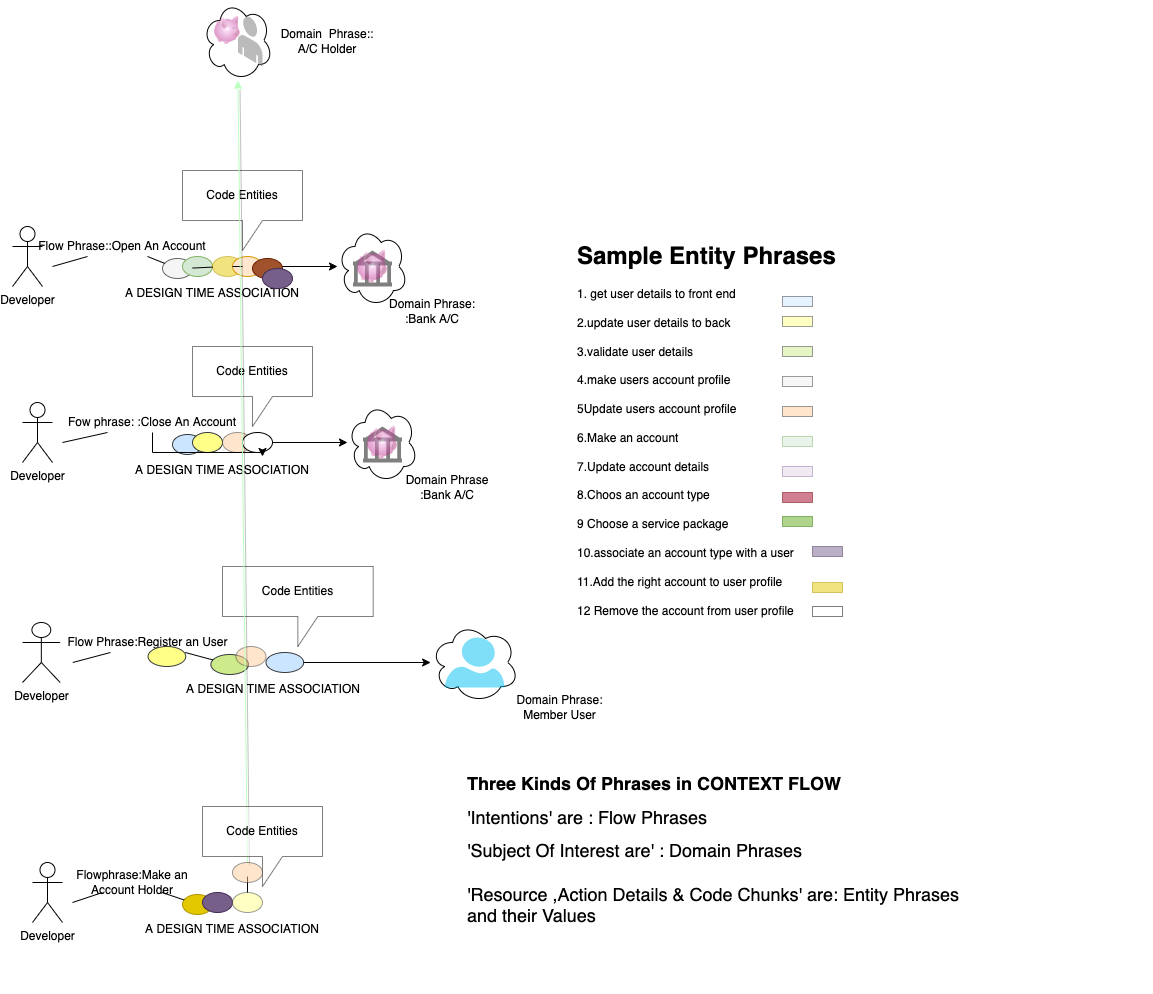
Earlier version of the draw.io export flow_context.png (spicecoder/ContextFlow_Intro). Source tidied: cells renumbered, new cells last; positions are measured from the earlier drawing's top-left corner, leaving out a move shared by most shapes.
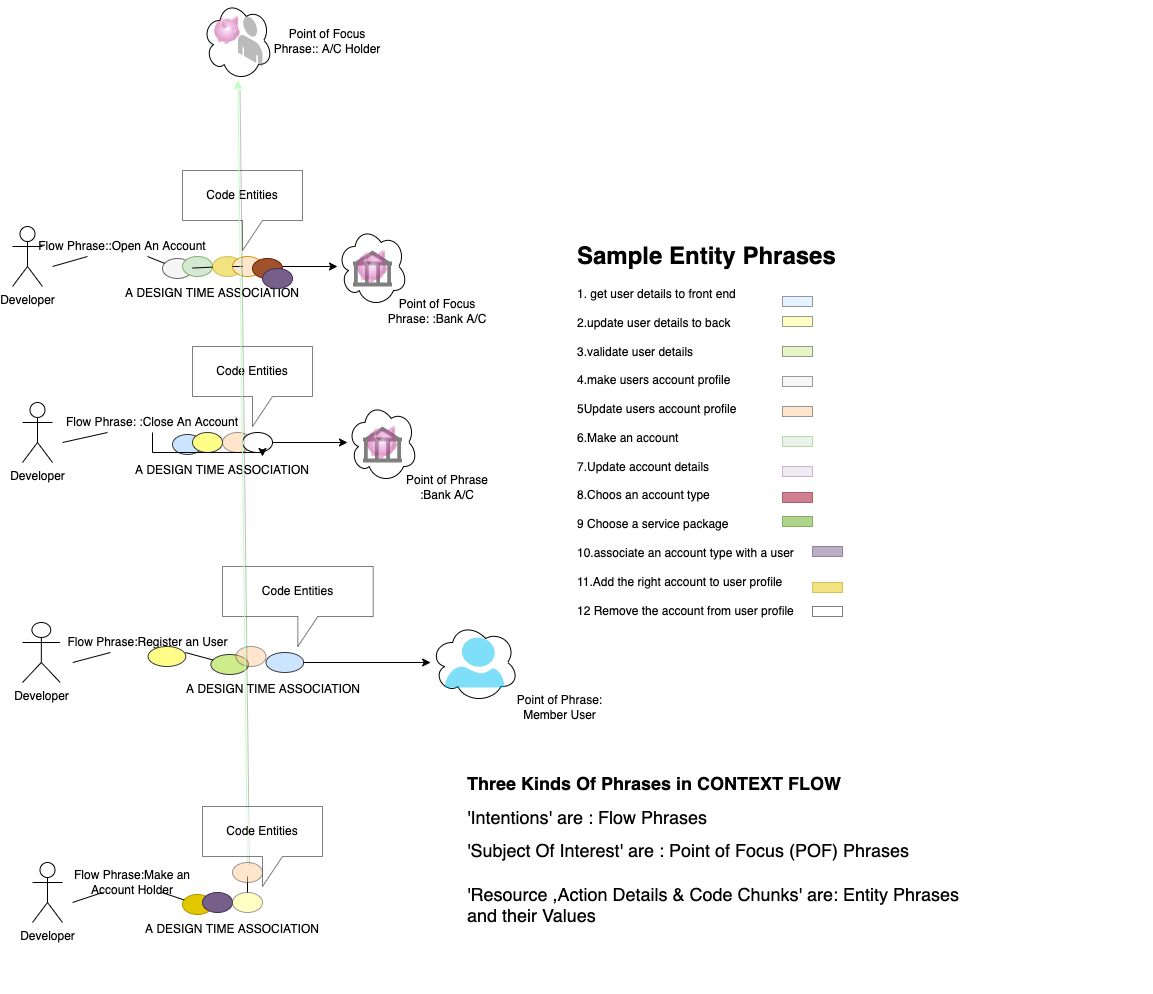
Above is the later version.

Diff of the diagram source:
```diff
@@ -3,7 +3,7 @@
     <mxCell id="0" />
     <mxCell id="1" parent="0" />
     <mxCell id="2" style="group;" parent="1" vertex="1">
-      <mxGeometry y="170" width="470" height="156" as="geometry" />
+      <mxGeometry y="170" width="480" height="156" as="geometry" />
     </mxCell>
     <mxCell id="3" value="Developer" style="shape=umlActor;verticalLabelPosition=bottom;verticalAlign=top;html=1;" parent="2" vertex="1">
       <mxGeometry y="56" width="30" height="60" as="geometry" />
@@ -52,8 +52,8 @@
     <mxCell id="17" value="A DESIGN TIME ASSOCIATION" style="text;html=1;strokeColor=none;fillColor=none;align=center;verticalAlign=middle;whiteSpace=wrap;rounded=0;opacity=50;" parent="2" vertex="1">
       <mxGeometry x="110" y="108" width="180" height="30" as="geometry" />
     </mxCell>
-    <mxCell id="18" value="Domain Phrase: :Bank A/C" style="text;html=1;strokeColor=none;fillColor=none;align=center;verticalAlign=middle;whiteSpace=wrap;rounded=0;opacity=50;" parent="2" vertex="1">
-      <mxGeometry x="370" y="126" width="100" height="30" as="geometry" />
+    <mxCell id="18" value="Point of Focus Phrase: :Bank A/C" style="text;html=1;strokeColor=none;fillColor=none;align=center;verticalAlign=middle;whiteSpace=wrap;rounded=0;opacity=50;" parent="2" vertex="1">
+      <mxGeometry x="370" y="126" width="110" height="30" as="geometry" />
     </mxCell>
     <mxCell id="19" value="Code Entities" style="shape=callout;whiteSpace=wrap;html=1;perimeter=calloutPerimeter;opacity=50;" parent="2" vertex="1">
       <mxGeometry x="170" width="120" height="80" as="geometry" />
@@ -102,7 +102,7 @@
         </Array>
       </mxGeometry>
     </mxCell>
-    <mxCell id="33" value="Fow phrase: :Close An Account" style="text;html=1;strokeColor=none;fillColor=none;align=center;verticalAlign=middle;whiteSpace=wrap;rounded=0;opacity=50;" parent="22" vertex="1">
+    <mxCell id="33" value="Flow Phrase: :Close An Account" style="text;html=1;strokeColor=none;fillColor=none;align=center;verticalAlign=middle;whiteSpace=wrap;rounded=0;opacity=50;" parent="22" vertex="1">
       <mxGeometry x="20" y="66" width="220" height="20" as="geometry" />
     </mxCell>
     <mxCell id="34" style="endArrow=none;html=1;rounded=0;" parent="22" edge="1" target="33">
@@ -113,7 +113,7 @@
     <mxCell id="35" value="A DESIGN TIME ASSOCIATION" style="text;html=1;strokeColor=none;fillColor=none;align=center;verticalAlign=middle;whiteSpace=wrap;rounded=0;opacity=50;" parent="22" vertex="1">
       <mxGeometry x="110" y="110" width="180" height="28" as="geometry" />
     </mxCell>
-    <mxCell id="36" value="Domain Phrase :Bank A/C" style="text;html=1;strokeColor=none;fillColor=none;align=center;verticalAlign=middle;whiteSpace=wrap;rounded=0;opacity=50;" parent="22" vertex="1">
+    <mxCell id="36" value="Point of Phrase :Bank A/C" style="text;html=1;strokeColor=none;fillColor=none;align=center;verticalAlign=middle;whiteSpace=wrap;rounded=0;opacity=50;" parent="22" vertex="1">
       <mxGeometry x="370" y="126" width="110" height="30" as="geometry" />
     </mxCell>
     <mxCell id="37" value="Code Entities" style="shape=callout;whiteSpace=wrap;html=1;perimeter=calloutPerimeter;opacity=50;" parent="22" vertex="1">
@@ -156,7 +156,7 @@
     <mxCell id="48" value="A DESIGN TIME ASSOCIATION" style="text;html=1;strokeColor=none;fillColor=none;align=center;verticalAlign=middle;whiteSpace=wrap;rounded=0;opacity=50;" parent="38" vertex="1">
       <mxGeometry x="138.1" y="108" width="226" height="30" as="geometry" />
     </mxCell>
-    <mxCell id="49" value="Domain Phrase:&lt;br&gt;Member User" style="text;html=1;strokeColor=none;fillColor=none;align=center;verticalAlign=middle;whiteSpace=wrap;rounded=0;opacity=50;" parent="38" vertex="1">
+    <mxCell id="49" value="Point of Phrase:&lt;br&gt;Member User" style="text;html=1;strokeColor=none;fillColor=none;align=center;verticalAlign=middle;whiteSpace=wrap;rounded=0;opacity=50;" parent="38" vertex="1">
       <mxGeometry x="464.6" y="126" width="145.3" height="30" as="geometry" />
     </mxCell>
     <mxCell id="50" value="Code Entities" style="shape=callout;whiteSpace=wrap;html=1;perimeter=calloutPerimeter;opacity=50;" parent="38" vertex="1">
@@ -199,7 +199,7 @@
         <mxPoint x="234.9" y="862" as="sourcePoint" />
       </mxGeometry>
     </mxCell>
-    <mxCell id="62" value="Flowphrase:Make an Account Holder" style="text;html=1;strokeColor=none;fillColor=none;align=center;verticalAlign=middle;whiteSpace=wrap;rounded=0;opacity=50;" parent="1" vertex="1">
+    <mxCell id="62" value="Flow Phrase:Make an Account Holder" style="text;html=1;strokeColor=none;fillColor=none;align=center;verticalAlign=middle;whiteSpace=wrap;rounded=0;opacity=50;" parent="1" vertex="1">
       <mxGeometry x="40" y="872" width="160" height="20" as="geometry" />
     </mxCell>
     <mxCell id="63" style="endArrow=none;html=1;rounded=0;" parent="1" edge="1" target="62">
@@ -210,7 +210,7 @@
     <mxCell id="64" value="A DESIGN TIME ASSOCIATION" style="text;html=1;strokeColor=none;fillColor=none;align=center;verticalAlign=middle;whiteSpace=wrap;rounded=0;opacity=50;" parent="1" vertex="1">
       <mxGeometry x="130" y="914" width="180" height="30" as="geometry" />
     </mxCell>
-    <mxCell id="65" value="Domain&amp;nbsp; Phrase:: A/C Holder" style="text;html=1;strokeColor=none;fillColor=none;align=center;verticalAlign=middle;whiteSpace=wrap;rounded=0;opacity=50;" parent="1" vertex="1">
+    <mxCell id="65" value="Point of Focus Phrase:: A/C Holder" style="text;html=1;strokeColor=none;fillColor=none;align=center;verticalAlign=middle;whiteSpace=wrap;rounded=0;opacity=50;" parent="1" vertex="1">
       <mxGeometry x="260" y="26" width="110" height="30" as="geometry" />
     </mxCell>
     <mxCell id="66" value="Code Entities" style="shape=callout;whiteSpace=wrap;html=1;perimeter=calloutPerimeter;opacity=50;" parent="1" vertex="1">
@@ -225,7 +225,7 @@
     <mxCell id="69" value="&lt;h1&gt;Sample Entity Phrases&lt;/h1&gt;&lt;div&gt;1. get user details to front end&lt;/div&gt;&lt;div&gt;&lt;br&gt;&lt;/div&gt;&lt;div&gt;2.update user details to back&amp;nbsp;&lt;/div&gt;&lt;div&gt;&lt;br&gt;&lt;/div&gt;&lt;div&gt;&lt;span&gt;3.validate user details&lt;/span&gt;&lt;/div&gt;&lt;div&gt;&lt;span&gt;&lt;br&gt;&lt;/span&gt;&lt;/div&gt;&lt;div&gt;4.make users account profile&lt;/div&gt;&lt;div&gt;&lt;br&gt;&lt;/div&gt;&lt;div&gt;5Update users account profile&lt;/div&gt;&lt;div&gt;&lt;br&gt;&lt;/div&gt;&lt;div&gt;6.Make an account&lt;/div&gt;&lt;div&gt;&lt;br&gt;&lt;/div&gt;&lt;div&gt;7.Update account details&lt;/div&gt;&lt;div&gt;&lt;br&gt;&lt;/div&gt;&lt;div&gt;8.Choos an account type&lt;/div&gt;&lt;div&gt;&lt;br&gt;&lt;/div&gt;&lt;div&gt;9 Choose a service package&lt;/div&gt;&lt;div&gt;&lt;br&gt;&lt;/div&gt;&lt;div&gt;10.associate an account type with a user&lt;/div&gt;&lt;div&gt;&lt;br&gt;&lt;/div&gt;&lt;div&gt;11.Add the right account to user profile&lt;/div&gt;&lt;div&gt;&lt;br&gt;&lt;/div&gt;&lt;div&gt;12 Remove the account from user profile&lt;/div&gt;&lt;div&gt;&lt;br&gt;&lt;/div&gt;" style="text;html=1;strokeColor=none;fillColor=none;spacing=5;spacingTop=-20;whiteSpace=wrap;overflow=hidden;rounded=0;opacity=50;" parent="1" vertex="1">
       <mxGeometry x="560" y="236" width="340" height="420" as="geometry" />
     </mxCell>
-    <mxCell id="70" value="&lt;h1 style=&quot;font-size: 18px&quot;&gt;&lt;font style=&quot;font-size: 18px&quot;&gt;Three Kinds Of Phrases in CONTEXT FLOW&lt;/font&gt;&lt;/h1&gt;&lt;h1 style=&quot;font-size: 18px&quot;&gt;&lt;span style=&quot;font-weight: normal&quot;&gt;&lt;font style=&quot;font-size: 18px&quot;&gt;'Intentions' are : Flow Phrases&lt;/font&gt;&lt;/span&gt;&lt;/h1&gt;&lt;div style=&quot;font-size: 18px&quot;&gt;&lt;font style=&quot;font-size: 18px&quot;&gt;'Subject Of Interest are' : Domain Phrases&lt;/font&gt;&lt;/div&gt;&lt;div style=&quot;font-size: 18px&quot;&gt;&lt;font style=&quot;font-size: 18px&quot;&gt;&lt;br&gt;&lt;/font&gt;&lt;/div&gt;&lt;div style=&quot;font-size: 18px&quot;&gt;&lt;font style=&quot;font-size: 18px&quot;&gt;&lt;font style=&quot;font-size: 18px&quot;&gt;'Resource ,Action Details &amp;amp; Code Chunks' are: Entity Phrases&lt;/font&gt;&lt;font style=&quot;font-size: 18px&quot;&gt;&amp;nbsp;&amp;nbsp;&lt;/font&gt;&lt;/font&gt;&lt;/div&gt;&lt;div style=&quot;font-size: 18px&quot;&gt;&lt;font style=&quot;font-size: 18px&quot;&gt;and their Values&lt;/font&gt;&lt;/div&gt;&lt;p style=&quot;font-size: 18px&quot;&gt;&lt;br&gt;&lt;/p&gt;" style="text;html=1;strokeColor=none;fillColor=none;spacing=5;spacingTop=-20;whiteSpace=wrap;overflow=hidden;rounded=0;opacity=50;" parent="1" vertex="1">
+    <mxCell id="70" value="&lt;h1 style=&quot;font-size: 18px&quot;&gt;&lt;font style=&quot;font-size: 18px&quot;&gt;Three Kinds Of Phrases in CONTEXT FLOW&lt;/font&gt;&lt;/h1&gt;&lt;h1 style=&quot;font-size: 18px&quot;&gt;&lt;span style=&quot;font-weight: normal&quot;&gt;&lt;font style=&quot;font-size: 18px&quot;&gt;'Intentions' are : Flow Phrases&lt;/font&gt;&lt;/span&gt;&lt;/h1&gt;&lt;div style=&quot;font-size: 18px&quot;&gt;&lt;font style=&quot;font-size: 18px&quot;&gt;'Subject Of Interest' are : Point of Focus (POF) Phrases&lt;/font&gt;&lt;/div&gt;&lt;div style=&quot;font-size: 18px&quot;&gt;&lt;font style=&quot;font-size: 18px&quot;&gt;&lt;br&gt;&lt;/font&gt;&lt;/div&gt;&lt;div style=&quot;font-size: 18px&quot;&gt;&lt;font style=&quot;font-size: 18px&quot;&gt;&lt;font style=&quot;font-size: 18px&quot;&gt;'Resource ,Action Details &amp;amp; Code Chunks' are: Entity Phrases&lt;/font&gt;&lt;font style=&quot;font-size: 18px&quot;&gt;&amp;nbsp;&amp;nbsp;&lt;/font&gt;&lt;/font&gt;&lt;/div&gt;&lt;div style=&quot;font-size: 18px&quot;&gt;&lt;font style=&quot;font-size: 18px&quot;&gt;and their Values&lt;/font&gt;&lt;/div&gt;&lt;p style=&quot;font-size: 18px&quot;&gt;&lt;br&gt;&lt;/p&gt;" style="text;html=1;strokeColor=none;fillColor=none;spacing=5;spacingTop=-20;whiteSpace=wrap;overflow=hidden;rounded=0;opacity=50;" parent="1" vertex="1">
       <mxGeometry x="450" y="771" width="690" height="222" as="geometry" />
     </mxCell>
     <mxCell id="71" style="rounded=0;whiteSpace=wrap;html=1;fontSize=24;opacity=50;fillColor=#cce5ff;strokeColor=#36393d;" parent="1" vertex="1">
```
